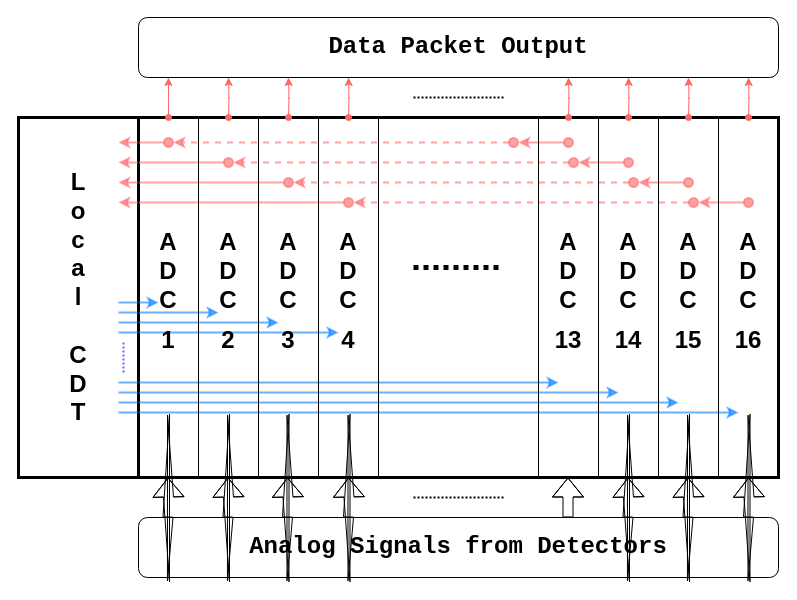
Earlier version of the draw.io diagram Local_Crate_Diagram_ver3.drawio (bai-ytluo/Chicago_Electronics). Source tidied: cells renumbered, new cells numbered last; positions are measured from the earlier drawing's top-left corner, leaving out a move shared by most shapes. Both pictures are drawn from the tidied source at 100%, with x=0, y=0 at pixel (18, 17).
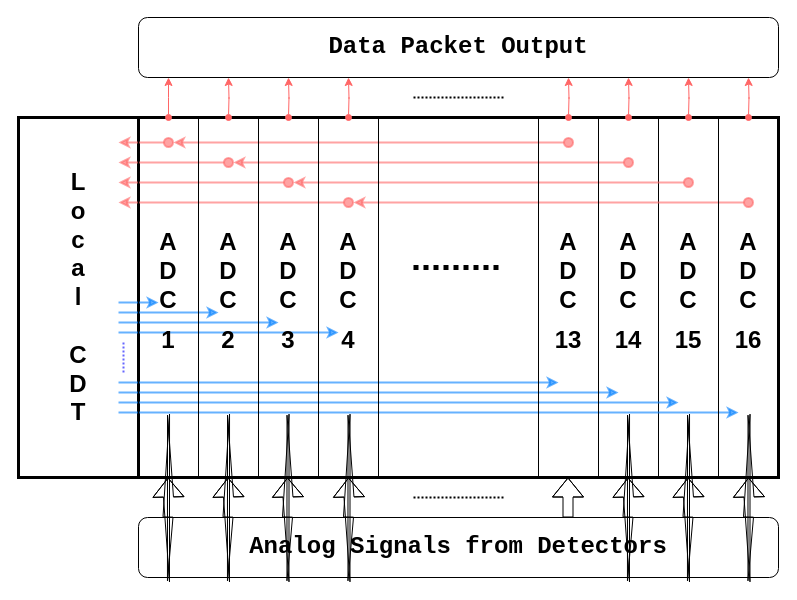
After the change.

Diff of the diagram source:
```diff
@@
+    <mxCell id="34" value="&lt;span style=&quot;font-size: 24px&quot;&gt;A&lt;/span&gt;&lt;br&gt;&lt;span style=&quot;font-size: 24px&quot;&gt;D&lt;/span&gt;&lt;br&gt;&lt;span style=&quot;font-size: 24px&quot;&gt;C&lt;/span&gt;&lt;br&gt;&lt;p&gt;&lt;font style=&quot;font-size: 24px&quot;&gt;15&lt;/font&gt;&lt;/p&gt;&lt;p&gt;&lt;/p&gt;" style="rounded=0;whiteSpace=wrap;html=1;fontStyle=1;fillColor=none;" parent="1" vertex="1">
+      <mxGeometry x="640" y="100" width="60" height="360" as="geometry" />
+    </mxCell>
+    <mxCell id="35" value="&lt;span style=&quot;font-size: 24px&quot;&gt;A&lt;/span&gt;&lt;br&gt;&lt;span style=&quot;font-size: 24px&quot;&gt;D&lt;/span&gt;&lt;br&gt;&lt;span style=&quot;font-size: 24px&quot;&gt;C&lt;/span&gt;&lt;br&gt;&lt;p&gt;&lt;font style=&quot;font-size: 24px&quot;&gt;14&lt;/font&gt;&lt;/p&gt;&lt;p&gt;&lt;/p&gt;" style="rounded=0;whiteSpace=wrap;html=1;fontStyle=1;fillColor=none;" parent="1" vertex="1">
+      <mxGeometry x="580" y="100" width="60" height="360" as="geometry" />
+    </mxCell>
@@
     <mxCell id="9" style="endArrow=classic;html=1;strokeColor=#FF6666;fillColor=#FF6666;gradientColor=none;opacity=60;strokeWidth=2;startArrow=oval;startFill=1;startSize=9;" parent="1" edge="1">
       <mxGeometry x="585" y="145" as="geometry">
         <mxPoint x="550" y="125" as="sourcePoint" />
-        <mxPoint x="500" y="125" as="targetPoint" />
+        <mxPoint x="155" y="125" as="targetPoint" />
       </mxGeometry>
     </mxCell>
     <mxCell id="10" style="endArrow=classic;html=1;strokeColor=#FF6666;fillColor=#FF6666;gradientColor=none;opacity=60;strokeWidth=2;startArrow=oval;startFill=1;startSize=9;" parent="1" edge="1">
       <mxGeometry x="585" y="145" as="geometry">
         <mxPoint x="610" y="145" as="sourcePoint" />
-        <mxPoint x="560" y="145" as="targetPoint" />
+        <mxPoint x="215" y="145" as="targetPoint" />
       </mxGeometry>
     </mxCell>
     <mxCell id="11" style="endArrow=classic;html=1;strokeColor=#FF6666;fillColor=#FF6666;gradientColor=none;opacity=60;strokeWidth=2;startArrow=oval;startFill=1;startSize=9;" parent="1" edge="1">
       <mxGeometry x="585" y="145" as="geometry">
         <mxPoint x="670" y="165" as="sourcePoint" />
-        <mxPoint x="620" y="165" as="targetPoint" />
+        <mxPoint x="275" y="165" as="targetPoint" />
       </mxGeometry>
     </mxCell>
     <mxCell id="12" style="endArrow=classic;html=1;strokeColor=#FF6666;fillColor=#FF6666;gradientColor=none;opacity=60;strokeWidth=2;startArrow=oval;startFill=1;startSize=9;" parent="1" edge="1">
       <mxGeometry x="585" y="145" as="geometry">
         <mxPoint x="730" y="185" as="sourcePoint" />
-        <mxPoint x="680" y="185" as="targetPoint" />
+        <mxPoint x="335" y="185" as="targetPoint" />
       </mxGeometry>
     </mxCell>
-    <mxCell id="13" style="endArrow=classic;html=1;strokeColor=#FF6666;fillColor=#FF6666;gradientColor=none;opacity=60;strokeWidth=2;startArrow=oval;startFill=1;dashed=1;startSize=9;" parent="1" edge="1">
-      <mxGeometry x="235" y="145" as="geometry">
-        <mxPoint x="495" y="125" as="sourcePoint" />
-        <mxPoint x="155" y="125" as="targetPoint" />
-      </mxGeometry>
-    </mxCell>
-    <mxCell id="14" style="endArrow=classic;html=1;strokeColor=#FF6666;fillColor=#FF6666;gradientColor=none;opacity=60;strokeWidth=2;startArrow=oval;startFill=1;dashed=1;startSize=9;" parent="1" edge="1">
-      <mxGeometry x="235" y="145" as="geometry">
-        <mxPoint x="555" y="145" as="sourcePoint" />
-        <mxPoint x="215" y="145" as="targetPoint" />
-      </mxGeometry>
-    </mxCell>
-    <mxCell id="15" style="endArrow=classic;html=1;strokeColor=#FF6666;fillColor=#FF6666;gradientColor=none;opacity=60;strokeWidth=2;startArrow=oval;startFill=1;dashed=1;startSize=9;" parent="1" edge="1">
-      <mxGeometry x="355" y="185" as="geometry">
-        <mxPoint x="615" y="165" as="sourcePoint" />
-        <mxPoint x="275" y="165" as="targetPoint" />
-      </mxGeometry>
-    </mxCell>
-    <mxCell id="16" style="endArrow=classic;html=1;strokeColor=#FF6666;fillColor=#FF6666;gradientColor=none;opacity=60;strokeWidth=2;startArrow=oval;startFill=1;dashed=1;startSize=9;" parent="1" edge="1">
-      <mxGeometry x="355" y="185" as="geometry">
-        <mxPoint x="675" y="185" as="sourcePoint" />
-        <mxPoint x="335" y="185" as="targetPoint" />
-      </mxGeometry>
-    </mxCell>
@@
-    <mxCell id="34" value="&lt;span style=&quot;font-size: 24px&quot;&gt;A&lt;/span&gt;&lt;br&gt;&lt;span style=&quot;font-size: 24px&quot;&gt;D&lt;/span&gt;&lt;br&gt;&lt;span style=&quot;font-size: 24px&quot;&gt;C&lt;/span&gt;&lt;br&gt;&lt;p&gt;&lt;font style=&quot;font-size: 24px&quot;&gt;15&lt;/font&gt;&lt;/p&gt;&lt;p&gt;&lt;/p&gt;" style="rounded=0;whiteSpace=wrap;html=1;fontStyle=1;fillColor=none;" parent="1" vertex="1">
-      <mxGeometry x="640" y="100" width="60" height="360" as="geometry" />
-    </mxCell>
-    <mxCell id="35" value="&lt;span style=&quot;font-size: 24px&quot;&gt;A&lt;/span&gt;&lt;br&gt;&lt;span style=&quot;font-size: 24px&quot;&gt;D&lt;/span&gt;&lt;br&gt;&lt;span style=&quot;font-size: 24px&quot;&gt;C&lt;/span&gt;&lt;br&gt;&lt;p&gt;&lt;font style=&quot;font-size: 24px&quot;&gt;14&lt;/font&gt;&lt;/p&gt;&lt;p&gt;&lt;/p&gt;" style="rounded=0;whiteSpace=wrap;html=1;fontStyle=1;fillColor=none;" parent="1" vertex="1">
-      <mxGeometry x="580" y="100" width="60" height="360" as="geometry" />
-    </mxCell>
```
